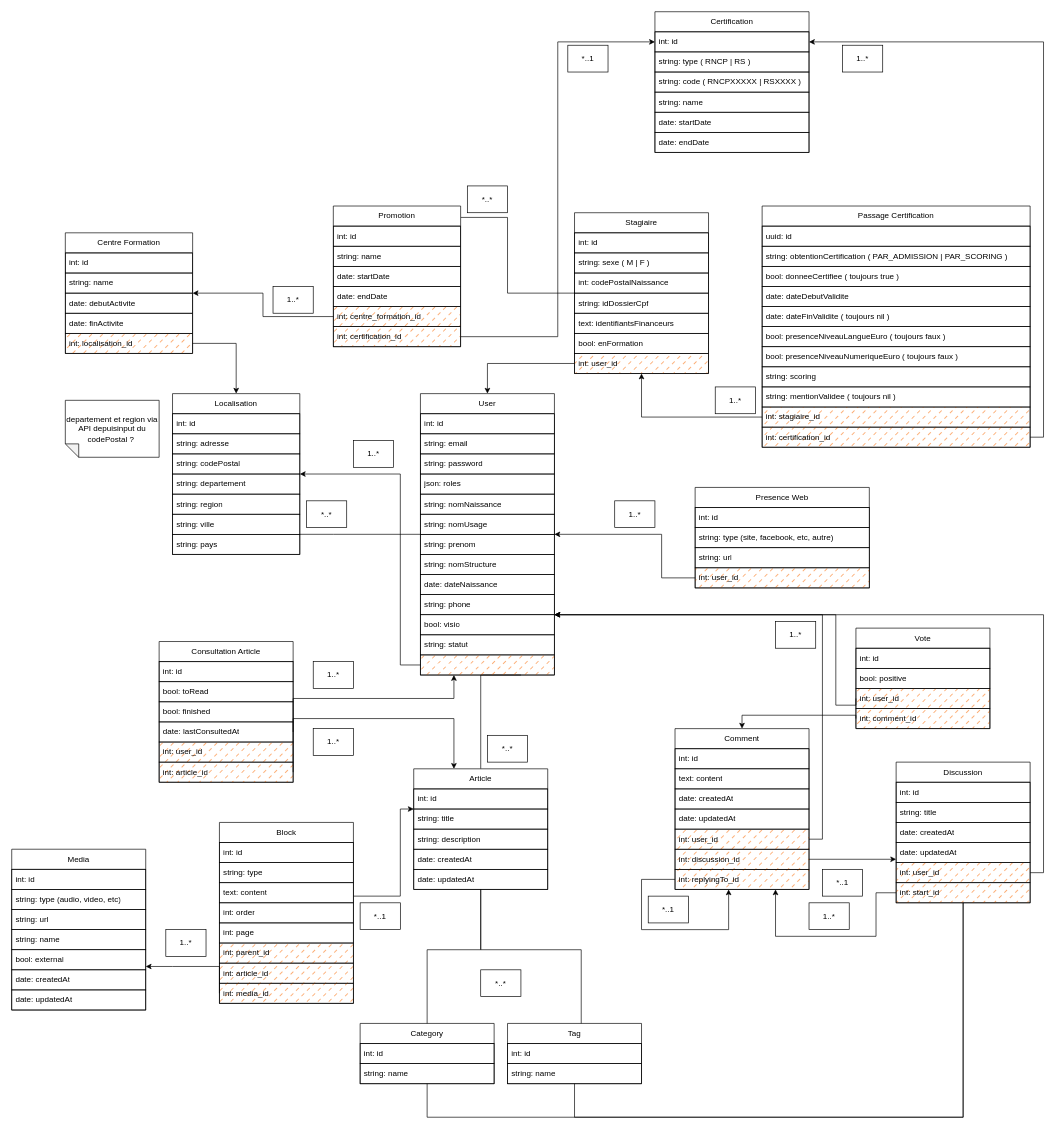
Above: MCD.drawio in ecole-richard-cross/espace-numerique (draw.io), before the change. Source tidied: cells renumbered, new cells numbered last; positions are measured from the earlier drawing's top-left corner, leaving out a move shared by most shapes. Both pictures are drawn from the tidied source at 67%, with x=0, y=0 at pixel (11, 11).
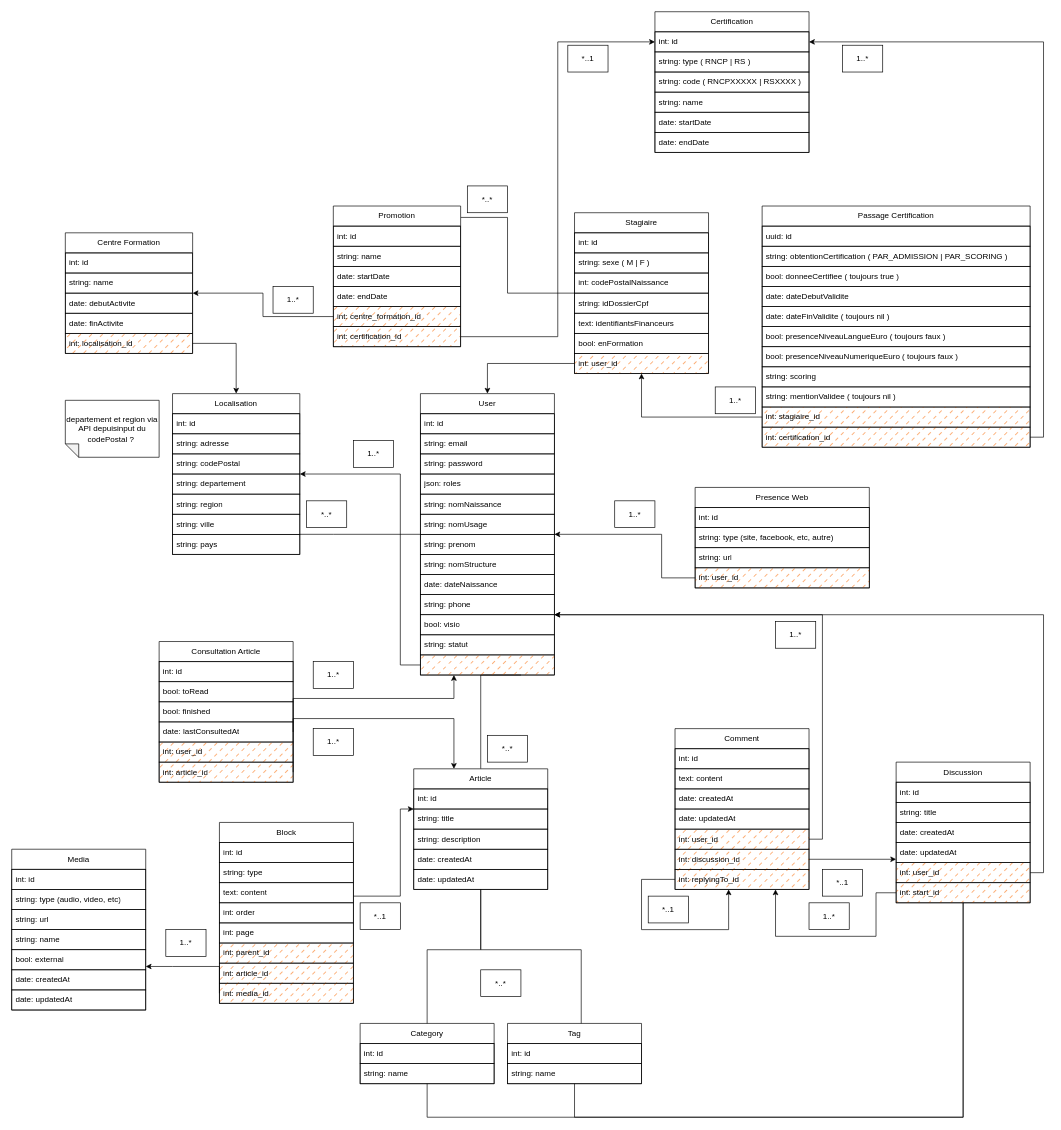
The same diagram, later.

Commit message:
fix/dev: MCD removed votes from fil de discussion

Unchanged cells that the change refers to:
```xml
<mxCell id="71" value="User" style="swimlane;fontStyle=0;horizontal=1;startSize=30;whiteSpace=wrap;html=1;rounded=0;labelBackgroundColor=none;shadow=0;swimlaneLine=1;fillOpacity=100;snapToPoint=0;fixDash=0;backgroundOutline=0;enumerate=0;comic=0;strokeColor=default;" parent="1" vertex="1">
  <mxGeometry x="610" y="570" width="200" height="420" as="geometry" />
</mxCell>
<mxCell id="146" value="Comment" style="swimlane;fontStyle=0;horizontal=1;startSize=30;whiteSpace=wrap;html=1;rounded=0;labelBackgroundColor=none;shadow=0;swimlaneLine=1;fillOpacity=100;snapToPoint=0;fixDash=0;backgroundOutline=0;enumerate=0;comic=0;strokeColor=default;" parent="1" vertex="1">
  <mxGeometry x="990" y="1070" width="200" height="240" as="geometry" />
</mxCell>
```

What changed in the source:
```diff
@@
-    <mxCell id="161" value="Vote" style="swimlane;fontStyle=0;horizontal=1;startSize=30;whiteSpace=wrap;html=1;rounded=0;labelBackgroundColor=none;shadow=0;swimlaneLine=1;fillOpacity=100;fixDash=0;backgroundOutline=0;enumerate=0;comic=0;strokeColor=default;" parent="1" vertex="1">
-      <mxGeometry x="1260" y="920" width="200" height="150" as="geometry" />
-    </mxCell>
-    <mxCell id="162" value="int: id" style="text;align=left;verticalAlign=middle;spacingLeft=4;spacingRight=4;overflow=hidden;whiteSpace=wrap;html=1;rounded=0;labelBackgroundColor=none;shadow=0;swimlaneLine=1;fillOpacity=100;fixDash=0;backgroundOutline=0;enumerate=0;comic=0;strokeColor=default;" parent="161" vertex="1">
-      <mxGeometry y="30" width="200" height="30" as="geometry" />
-    </mxCell>
-    <mxCell id="163" value="bool: positive" style="text;align=left;verticalAlign=middle;spacingLeft=4;spacingRight=4;overflow=hidden;whiteSpace=wrap;html=1;rounded=0;labelBackgroundColor=none;shadow=0;swimlaneLine=1;fillOpacity=100;fixDash=0;backgroundOutline=0;enumerate=0;comic=0;strokeColor=default;" parent="161" vertex="1">
-      <mxGeometry y="60" width="200" height="30" as="geometry" />
-    </mxCell>
-    <mxCell id="164" value="int: user_id" style="text;align=left;verticalAlign=middle;spacingLeft=4;spacingRight=4;overflow=hidden;points=[[0,0.5],[1,0.5]];portConstraint=eastwest;whiteSpace=wrap;html=1;rounded=0;labelBackgroundColor=none;shadow=0;swimlaneLine=1;fillOpacity=100;snapToPoint=0;fixDash=0;backgroundOutline=0;enumerate=0;comic=0;strokeColor=default;fillColor=#FA6800;fillStyle=dashed;" parent="161" vertex="1">
-      <mxGeometry y="90" width="200" height="30" as="geometry" />
-    </mxCell>
-    <mxCell id="165" value="int: comment_id" style="text;align=left;verticalAlign=middle;spacingLeft=4;spacingRight=4;overflow=hidden;points=[[0,0.5],[1,0.5]];portConstraint=eastwest;whiteSpace=wrap;html=1;rounded=0;labelBackgroundColor=none;shadow=0;swimlaneLine=1;fillOpacity=100;snapToPoint=0;fixDash=0;backgroundOutline=0;enumerate=0;comic=0;strokeColor=default;fillColor=#FA6800;fillStyle=dashed;" parent="161" vertex="1">
-      <mxGeometry y="120" width="200" height="30" as="geometry" />
-    </mxCell>
-    <mxCell id="166" style="edgeStyle=orthogonalEdgeStyle;rounded=0;html=1;exitX=0;exitY=0.5;exitDx=0;exitDy=0;startArrow=none;startFill=0;endArrow=classic;endFill=1;" parent="1" edge="1" source="165" target="146">
-      <mxGeometry relative="1" as="geometry">
-        <Array as="points">
-          <mxPoint x="1260" y="1050" />
-          <mxPoint x="1090" y="1050" />
-        </Array>
-      </mxGeometry>
-    </mxCell>
-    <mxCell id="167" style="edgeStyle=orthogonalEdgeStyle;rounded=0;html=1;exitX=0;exitY=0.5;exitDx=0;exitDy=0;startArrow=none;startFill=0;endArrow=classic;endFill=1;" parent="1" edge="1" source="164" target="71">
-      <mxGeometry relative="1" as="geometry">
-        <Array as="points">
-          <mxPoint x="1230" y="1035" />
-          <mxPoint x="1230" y="900" />
-        </Array>
-      </mxGeometry>
-    </mxCell>
```
